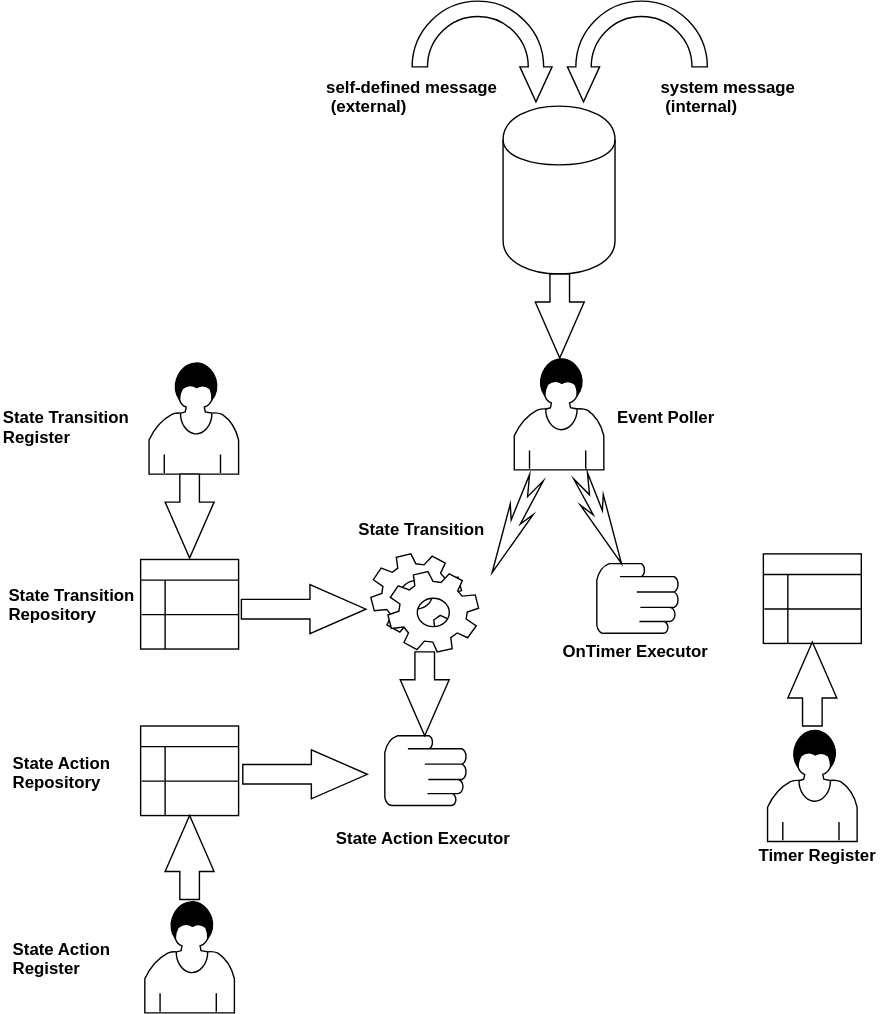
Earlier version of the draw.io export attachments/1643273500405.drawio.svg (smallfat/wiki). Source tidied: cells renumbered, new cells last; positions are measured from the earlier drawing's top-left corner, leaving out a move shared by most shapes. Source of this version:
```xml
<mxGraphModel>
  <root>
    <mxCell id="0" />
    <mxCell id="1" parent="0" />
    <mxCell id="2" style="shape=cylinder;whiteSpace=wrap;html=1;boundedLbl=1;backgroundOutline=1;fontStyle=1;" parent="1" vertex="1">
      <mxGeometry x="359" y="115" width="80" height="120" as="geometry" />
    </mxCell>
    <mxCell id="3" style="html=1;shadow=0;dashed=0;align=center;verticalAlign=middle;shape=mxgraph.arrows2.uTurnArrow;dy=5.5;arrowHead=23;dx2=25;rotation=90;flipV=0;fontStyle=1;" parent="1" vertex="1">
      <mxGeometry x="334" width="20" height="100" as="geometry" />
    </mxCell>
    <mxCell id="4" style="html=1;shadow=0;dashed=0;align=center;verticalAlign=middle;shape=mxgraph.arrows2.uTurnArrow;dy=5.5;arrowHead=23;dx2=25;rotation=90;flipV=1;fontStyle=1;" parent="1" vertex="1">
      <mxGeometry x="440" y="5" width="30" height="100" as="geometry" />
    </mxCell>
    <mxCell id="5" value="self-defined message&lt;br&gt;&amp;nbsp;(external)" style="text;html=1;align=left;verticalAlign=top;spacingTop=-4;fontStyle=1;" parent="1" vertex="1">
      <mxGeometry x="231" y="92" width="130" height="30" as="geometry" />
    </mxCell>
    <mxCell id="6" value="system message&lt;br&gt;&amp;nbsp;(internal)" style="text;html=1;align=left;verticalAlign=top;spacingTop=-4;fontStyle=1;" parent="1" vertex="1">
      <mxGeometry x="470" y="92" width="110" height="30" as="geometry" />
    </mxCell>
    <mxCell id="7" style="html=1;shadow=0;dashed=0;align=center;verticalAlign=middle;shape=mxgraph.arrows2.arrow;dy=0.6;dx=40;direction=south;notch=0;fontStyle=1;" parent="1" vertex="1">
      <mxGeometry x="382" y="235" width="35" height="60" as="geometry" />
    </mxCell>
    <mxCell id="8" style="shape=mxgraph.bpmn.user_task;html=1;fontStyle=1;" parent="1" vertex="1">
      <mxGeometry x="367" y="295" width="64" height="80" as="geometry" />
    </mxCell>
    <mxCell id="9" value="Event Poller" style="text;html=1;align=left;verticalAlign=top;spacingTop=-4;fontStyle=1;" parent="1" vertex="1">
      <mxGeometry x="439" y="328" width="80" height="20" as="geometry" />
    </mxCell>
    <mxCell id="10" style="shape=mxgraph.bpmn.service_task;html=1;fontStyle=1;" parent="1" vertex="1">
      <mxGeometry x="264.5" y="435" width="77" height="70" as="geometry" />
    </mxCell>
    <mxCell id="11" value="State Transition" style="text;html=1;align=left;verticalAlign=top;spacingTop=-4;fontStyle=1;" parent="1" vertex="1">
      <mxGeometry x="254" y="408" width="100" height="20" as="geometry" />
    </mxCell>
    <mxCell id="12" style="shape=mxgraph.bpmn.manual_task;html=1;fontStyle=1;" parent="1" vertex="1">
      <mxGeometry x="274.5" y="565" width="58" height="50" as="geometry" />
    </mxCell>
    <mxCell id="13" style="html=1;shadow=0;dashed=0;align=center;verticalAlign=middle;shape=mxgraph.arrows2.arrow;dy=0.6;dx=40;direction=south;notch=0;fontStyle=1;" parent="1" vertex="1">
      <mxGeometry x="285.5" y="505" width="35" height="60" as="geometry" />
    </mxCell>
    <mxCell id="14" value="State Action Executor" style="text;html=1;align=left;verticalAlign=top;spacingTop=-4;fontStyle=1;" parent="1" vertex="1">
      <mxGeometry x="238" y="629" width="130" height="20" as="geometry" />
    </mxCell>
    <mxCell id="15" style="shape=mxgraph.bpmn.business_rule_task;html=1;fontStyle=1;" parent="1" vertex="1">
      <mxGeometry x="100" y="439" width="70" height="64" as="geometry" />
    </mxCell>
    <mxCell id="16" style="shape=mxgraph.bpmn.user_task;html=1;fontStyle=1;" parent="1" vertex="1">
      <mxGeometry x="106" y="298" width="64" height="80" as="geometry" />
    </mxCell>
    <mxCell id="17" style="html=1;shadow=0;dashed=0;align=center;verticalAlign=middle;shape=mxgraph.arrows2.arrow;dy=0.6;dx=40;direction=south;notch=0;fontStyle=1;" parent="1" vertex="1">
      <mxGeometry x="117.5" y="378" width="35" height="60" as="geometry" />
    </mxCell>
    <mxCell id="18" value="State Transition &lt;br&gt;Register" style="text;html=1;align=left;verticalAlign=top;spacingTop=-4;fontStyle=1;" parent="1" vertex="1">
      <mxGeometry y="328" width="100" height="30" as="geometry" />
    </mxCell>
    <mxCell id="19" style="html=1;shadow=0;dashed=0;align=center;verticalAlign=middle;shape=mxgraph.arrows2.arrow;dy=0.6;dx=40;direction=east;notch=0;fontStyle=1;" parent="1" vertex="1">
      <mxGeometry x="172" y="457" width="89" height="35" as="geometry" />
    </mxCell>
    <mxCell id="20" value="State Transition&lt;br&gt;Repository" style="text;html=1;align=left;verticalAlign=top;spacingTop=-4;fontStyle=1;" parent="1" vertex="1">
      <mxGeometry x="4" y="454.5" width="100" height="30" as="geometry" />
    </mxCell>
    <mxCell id="21" style="shape=mxgraph.bpmn.business_rule_task;html=1;fontStyle=1;" parent="1" vertex="1">
      <mxGeometry x="100" y="558" width="70" height="64" as="geometry" />
    </mxCell>
    <mxCell id="22" style="shape=mxgraph.bpmn.user_task;html=1;fontStyle=1;" parent="1" vertex="1">
      <mxGeometry x="103" y="683" width="64" height="80" as="geometry" />
    </mxCell>
    <mxCell id="23" value="State Action&amp;nbsp;&lt;br&gt;Register" style="text;html=1;align=left;verticalAlign=top;spacingTop=-4;fontStyle=1;" parent="1" vertex="1">
      <mxGeometry x="7" y="708" width="80" height="30" as="geometry" />
    </mxCell>
    <mxCell id="24" value="State Action&lt;br&gt;Repository" style="text;html=1;align=left;verticalAlign=top;spacingTop=-4;fontStyle=1;" parent="1" vertex="1">
      <mxGeometry x="7" y="575" width="80" height="30" as="geometry" />
    </mxCell>
    <mxCell id="25" style="html=1;shadow=0;dashed=0;align=center;verticalAlign=middle;shape=mxgraph.arrows2.arrow;dy=0.6;dx=40;direction=east;notch=0;fontStyle=1;" parent="1" vertex="1">
      <mxGeometry x="173" y="575" width="89" height="35" as="geometry" />
    </mxCell>
    <mxCell id="26" style="html=1;shadow=0;dashed=0;align=center;verticalAlign=middle;shape=mxgraph.arrows2.arrow;dy=0.6;dx=40;direction=north;notch=0;fontStyle=1;flipH=0;" parent="1" vertex="1">
      <mxGeometry x="117.5" y="622" width="35" height="60" as="geometry" />
    </mxCell>
    <mxCell id="27" style="html=1;shadow=0;dashed=0;align=center;verticalAlign=middle;shape=mxgraph.arrows2.stylisedArrow;dy=0.6;dx=40;notch=15;feather=0.4;flipV=0;direction=south;rotation=25;fontStyle=1;" parent="1" vertex="1">
      <mxGeometry x="358" y="377" width="18" height="75" as="geometry" />
    </mxCell>
    <mxCell id="28" style="shape=mxgraph.bpmn.manual_task;html=1;fontStyle=1;" parent="1" vertex="1">
      <mxGeometry x="426" y="442" width="58" height="50" as="geometry" />
    </mxCell>
    <mxCell id="29" style="html=1;shadow=0;dashed=0;align=center;verticalAlign=middle;shape=mxgraph.arrows2.stylisedArrow;dy=0.6;dx=40;notch=15;feather=0.4;flipV=0;direction=south;rotation=-25;fontStyle=1;" parent="1" vertex="1">
      <mxGeometry x="420" y="376" width="18" height="69" as="geometry" />
    </mxCell>
    <mxCell id="30" style="shape=mxgraph.bpmn.business_rule_task;html=1;fontStyle=1;" parent="1" vertex="1">
      <mxGeometry x="545" y="435" width="70" height="64" as="geometry" />
    </mxCell>
    <mxCell id="31" value="OnTimer Executor" style="text;html=1;align=left;verticalAlign=top;spacingTop=-4;fontStyle=1;" parent="1" vertex="1">
      <mxGeometry x="400" y="495" width="110" height="20" as="geometry" />
    </mxCell>
    <mxCell id="32" style="shape=mxgraph.bpmn.user_task;html=1;fontStyle=1;" parent="1" vertex="1">
      <mxGeometry x="548" y="560.5" width="64" height="80" as="geometry" />
    </mxCell>
    <mxCell id="33" value="Timer Register" style="text;html=1;align=left;verticalAlign=top;spacingTop=-4;fontStyle=1;" parent="1" vertex="1">
      <mxGeometry x="540" y="641" width="90" height="20" as="geometry" />
    </mxCell>
    <mxCell id="34" style="html=1;shadow=0;dashed=0;align=center;verticalAlign=middle;shape=mxgraph.arrows2.arrow;dy=0.6;dx=40;direction=north;notch=0;fontStyle=1;flipH=0;" parent="1" vertex="1">
      <mxGeometry x="562.5" y="498" width="35" height="60" as="geometry" />
    </mxCell>
  </root>
</mxGraphModel>
```
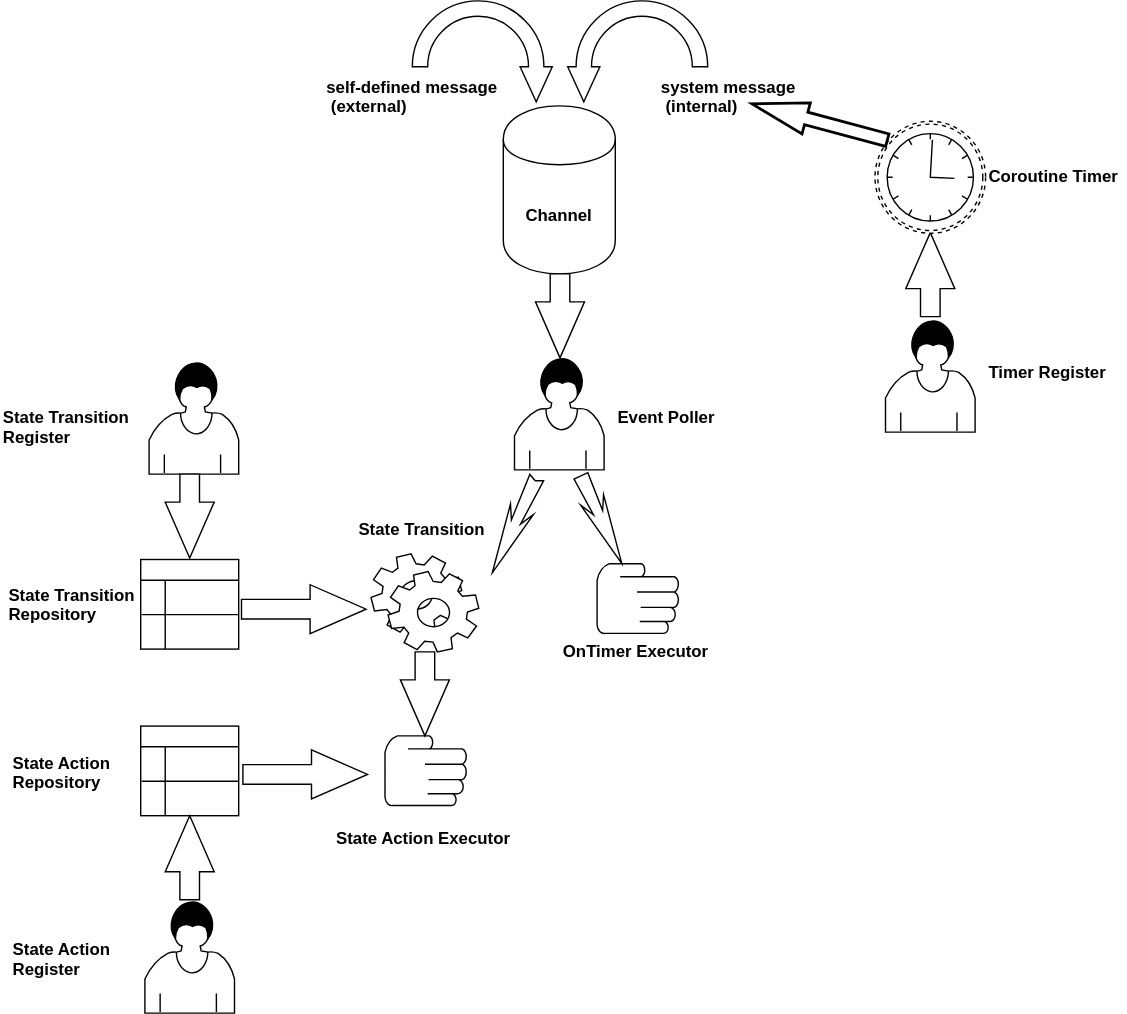
After the commit.

Commit message:
添加附件 : attachments/1643273500405.drawio.svg

What changed in the source:
```diff
@@ -2,7 +2,7 @@
   <root>
     <mxCell id="0" />
     <mxCell id="1" parent="0" />
-    <mxCell id="2" style="shape=cylinder;whiteSpace=wrap;html=1;boundedLbl=1;backgroundOutline=1;fontStyle=1;" parent="1" vertex="1">
+    <mxCell id="2" value="Channel" style="shape=cylinder;whiteSpace=wrap;html=1;boundedLbl=1;backgroundOutline=1;fontStyle=1;" parent="1" vertex="1">
       <mxGeometry x="359" y="115" width="80" height="120" as="geometry" />
     </mxCell>
     <mxCell id="3" style="html=1;shadow=0;dashed=0;align=center;verticalAlign=middle;shape=mxgraph.arrows2.uTurnArrow;dy=5.5;arrowHead=23;dx2=25;rotation=90;flipV=0;fontStyle=1;" parent="1" vertex="1">
@@ -77,29 +77,35 @@
     <mxCell id="26" style="html=1;shadow=0;dashed=0;align=center;verticalAlign=middle;shape=mxgraph.arrows2.arrow;dy=0.6;dx=40;direction=north;notch=0;fontStyle=1;flipH=0;" parent="1" vertex="1">
       <mxGeometry x="117.5" y="622" width="35" height="60" as="geometry" />
     </mxCell>
-    <mxCell id="27" style="html=1;shadow=0;dashed=0;align=center;verticalAlign=middle;shape=mxgraph.arrows2.stylisedArrow;dy=0.6;dx=40;notch=15;feather=0.4;flipV=0;direction=south;rotation=25;fontStyle=1;" parent="1" vertex="1">
+    <mxCell id="27" style="html=1;shadow=0;dashed=0;align=center;verticalAlign=middle;shape=mxgraph.arrows2.stylisedArrow;dy=0.6;dx=40;notch=2.49;feather=0.4;flipV=0;direction=south;rotation=25;fontStyle=1;" parent="1" vertex="1">
       <mxGeometry x="358" y="377" width="18" height="75" as="geometry" />
     </mxCell>
     <mxCell id="28" style="shape=mxgraph.bpmn.manual_task;html=1;fontStyle=1;" parent="1" vertex="1">
       <mxGeometry x="426" y="442" width="58" height="50" as="geometry" />
     </mxCell>
-    <mxCell id="29" style="html=1;shadow=0;dashed=0;align=center;verticalAlign=middle;shape=mxgraph.arrows2.stylisedArrow;dy=0.6;dx=40;notch=15;feather=0.4;flipV=0;direction=south;rotation=-25;fontStyle=1;" parent="1" vertex="1">
+    <mxCell id="29" style="html=1;shadow=0;dashed=0;align=center;verticalAlign=middle;shape=mxgraph.arrows2.stylisedArrow;dy=0.6;dx=40;notch=0;feather=0.4;flipV=0;direction=south;rotation=-25;fontStyle=1;" parent="1" vertex="1">
       <mxGeometry x="420" y="376" width="18" height="69" as="geometry" />
     </mxCell>
-    <mxCell id="30" style="shape=mxgraph.bpmn.business_rule_task;html=1;fontStyle=1;" parent="1" vertex="1">
-      <mxGeometry x="545" y="435" width="70" height="64" as="geometry" />
-    </mxCell>
     <mxCell id="31" value="OnTimer Executor" style="text;html=1;align=left;verticalAlign=top;spacingTop=-4;fontStyle=1;" parent="1" vertex="1">
       <mxGeometry x="400" y="495" width="110" height="20" as="geometry" />
     </mxCell>
     <mxCell id="32" style="shape=mxgraph.bpmn.user_task;html=1;fontStyle=1;" parent="1" vertex="1">
-      <mxGeometry x="548" y="560.5" width="64" height="80" as="geometry" />
+      <mxGeometry x="632" y="268" width="64" height="80" as="geometry" />
     </mxCell>
     <mxCell id="33" value="Timer Register" style="text;html=1;align=left;verticalAlign=top;spacingTop=-4;fontStyle=1;" parent="1" vertex="1">
-      <mxGeometry x="540" y="641" width="90" height="20" as="geometry" />
+      <mxGeometry x="703.5" y="296" width="90" height="20" as="geometry" />
     </mxCell>
     <mxCell id="34" style="html=1;shadow=0;dashed=0;align=center;verticalAlign=middle;shape=mxgraph.arrows2.arrow;dy=0.6;dx=40;direction=north;notch=0;fontStyle=1;flipH=0;" parent="1" vertex="1">
-      <mxGeometry x="562.5" y="498" width="35" height="60" as="geometry" />
+      <mxGeometry x="646.5" y="205.5" width="35" height="60" as="geometry" />
     </mxCell>
+    <mxCell id="35" style="shape=mxgraph.bpmn.shape;html=1;verticalLabelPosition=bottom;labelBackgroundColor=#ffffff;verticalAlign=top;perimeter=ellipsePerimeter;outline=boundNonint;symbol=timer;fontStyle=1;" parent="1" vertex="1">
+      <mxGeometry x="624.5" y="126" width="79" height="80" as="geometry" />
+    </mxCell>
+    <mxCell id="36" value="Coroutine Timer" style="text;html=1;align=left;verticalAlign=top;spacingTop=-4;fontStyle=1;" parent="1" vertex="1">
+      <mxGeometry x="703.5" y="156" width="100" height="20" as="geometry" />
+    </mxCell>
+    <mxCell id="37" style="verticalLabelPosition=bottom;verticalAlign=top;html=1;strokeWidth=2;shape=mxgraph.arrows2.arrow;dy=0.6;dx=40;notch=0;direction=west;rotation=15;" parent="1" vertex="1">
+      <mxGeometry x="535" y="115" width="100" height="23" as="geometry" />
+    </mxCell>
   </root>
 </mxGraphModel>
```
